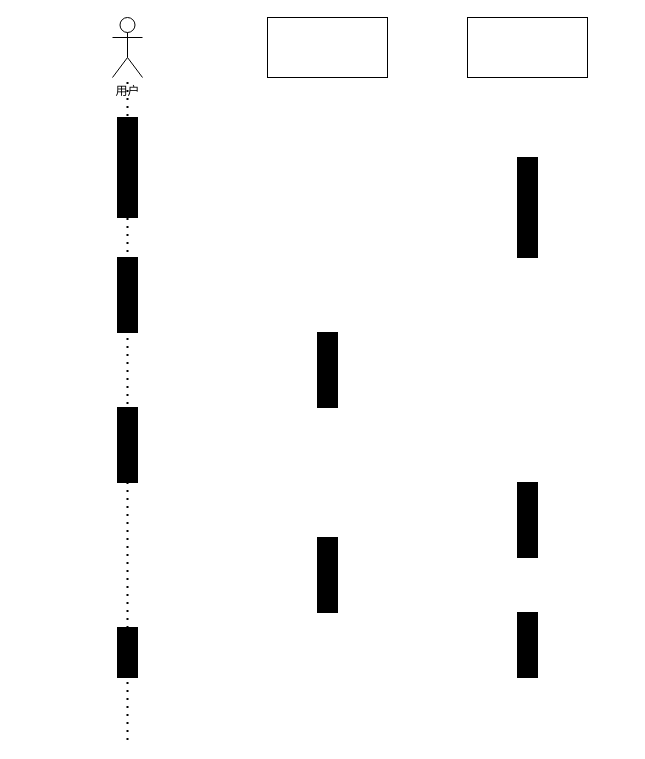
The draw.io diagram draw/用户中心认证流程图.drawio in gyyst/img, before the edit. Source tidied: cells renumbered, new cells numbered last; positions are measured from the earlier drawing's top-left corner, leaving out a move shared by most shapes. Both pictures are drawn from the tidied source at 100%, with x=0, y=0 at pixel (112, 17).
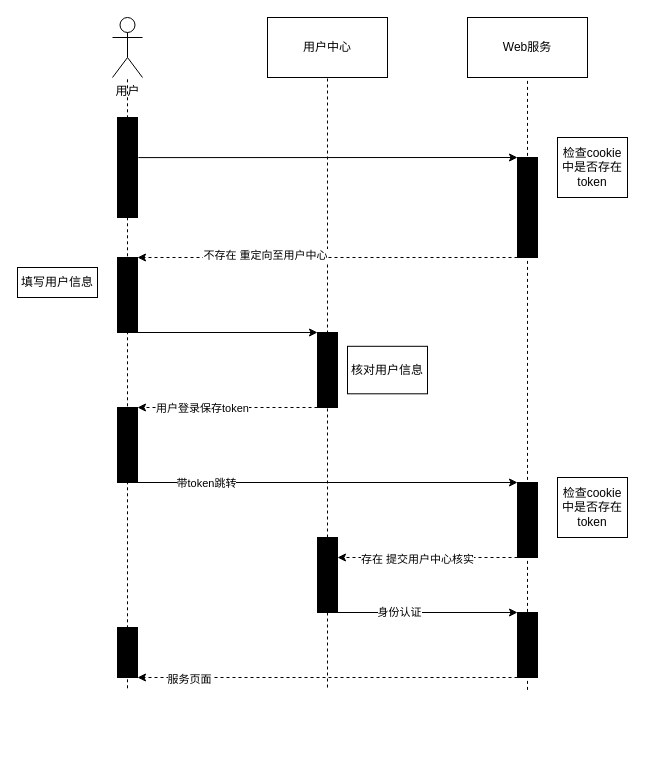
The same diagram, later.

Commit message:
更新用户中心认证流程图.drawio

Unchanged cells that the change refers to:
```xml
<mxCell id="4" value="用户&lt;div&gt;&lt;br&gt;&lt;/div&gt;" style="shape=umlActor;verticalLabelPosition=bottom;verticalAlign=top;html=1;outlineConnect=0;" parent="1" vertex="1">
  <mxGeometry width="30" height="60" as="geometry" />
</mxCell>
<mxCell id="5" style="rounded=0;whiteSpace=wrap;html=1;fillColor=#000000;" parent="1" vertex="1">
  <mxGeometry x="5" y="100" width="20" height="100" as="geometry" />
</mxCell>
<mxCell id="6" style="rounded=0;whiteSpace=wrap;html=1;fillColor=#000000;" parent="1" vertex="1">
  <mxGeometry x="5" y="240" width="20" height="75" as="geometry" />
</mxCell>
<mxCell id="7" style="rounded=0;whiteSpace=wrap;html=1;fillColor=#000000;" parent="1" vertex="1">
  <mxGeometry x="5" y="390" width="20" height="75" as="geometry" />
</mxCell>
<mxCell id="8" style="rounded=0;whiteSpace=wrap;html=1;fillColor=#000000;" parent="1" vertex="1">
  <mxGeometry x="5" y="610" width="20" height="50" as="geometry" />
</mxCell>
<mxCell id="9" style="rounded=0;whiteSpace=wrap;html=1;fillColor=#000000;" parent="1" vertex="1">
  <mxGeometry x="205" y="315" width="20" height="75" as="geometry" />
</mxCell>
<mxCell id="10" style="rounded=0;whiteSpace=wrap;html=1;fillColor=#000000;" parent="1" vertex="1">
  <mxGeometry x="405" y="140" width="20" height="100" as="geometry" />
</mxCell>
<mxCell id="11" style="rounded=0;whiteSpace=wrap;html=1;fillColor=#000000;" parent="1" vertex="1">
  <mxGeometry x="405" y="465" width="20" height="75" as="geometry" />
</mxCell>
<mxCell id="12" style="rounded=0;whiteSpace=wrap;html=1;fillColor=#000000;" parent="1" vertex="1">
  <mxGeometry x="205" y="520" width="20" height="75" as="geometry" />
</mxCell>
<mxCell id="13" style="rounded=0;whiteSpace=wrap;html=1;fillColor=#000000;" parent="1" vertex="1">
  <mxGeometry x="405" y="595" width="20" height="65" as="geometry" />
</mxCell>
```

What changed in the source:
```diff
@@
-    <mxCell id="2" style="rounded=0;whiteSpace=wrap;html=1;" parent="1" vertex="1">
+    <mxCell id="2" value="用户中心" style="rounded=0;whiteSpace=wrap;html=1;" parent="1" vertex="1">
       <mxGeometry x="155" width="120" height="60" as="geometry" />
     </mxCell>
-    <mxCell id="3" style="rounded=0;whiteSpace=wrap;html=1;" parent="1" vertex="1">
+    <mxCell id="3" value="Web服务" style="rounded=0;whiteSpace=wrap;html=1;" parent="1" vertex="1">
       <mxGeometry x="355" width="120" height="60" as="geometry" />
     </mxCell>
@@
-    <mxCell id="14" style="endArrow=none;dashed=1;html=1;dashPattern=1 3;strokeWidth=2;rounded=0;" parent="1" edge="1" target="4">
-      <mxGeometry relative="1" as="geometry">
-        <mxPoint x="15" y="722.4" as="sourcePoint" />
-      </mxGeometry>
-    </mxCell>
+    <mxCell id="15" style="endArrow=none;dashed=1;html=1;rounded=0;entryX=0.5;entryY=1;entryDx=0;entryDy=0;" parent="1" edge="1" target="2">
+      <mxGeometry relative="1" as="geometry">
+        <mxPoint x="215" y="670" as="sourcePoint" />
+      </mxGeometry>
+    </mxCell>
+    <mxCell id="16" style="endArrow=none;dashed=1;html=1;rounded=0;" parent="1" edge="1" target="4">
+      <mxGeometry relative="1" as="geometry">
+        <mxPoint x="15" y="670.8" as="sourcePoint" />
+      </mxGeometry>
+    </mxCell>
+    <mxCell id="17" style="endArrow=none;dashed=1;html=1;rounded=0;entryX=0.5;entryY=1;entryDx=0;entryDy=0;" parent="1" edge="1" target="3">
+      <mxGeometry relative="1" as="geometry">
+        <mxPoint x="415" y="672.4" as="sourcePoint" />
+      </mxGeometry>
+    </mxCell>
+    <mxCell id="18" style="endArrow=classic;html=1;rounded=0;exitX=1.044;exitY=0.401;exitDx=0;exitDy=0;entryX=0;entryY=0;entryDx=0;entryDy=0;exitPerimeter=0;" parent="1" edge="1" source="5" target="10">
+      <mxGeometry relative="1" as="geometry" />
+    </mxCell>
+    <mxCell id="19" value="检查cookie中是否存在token" style="rounded=0;whiteSpace=wrap;html=1;" parent="1" vertex="1">
+      <mxGeometry x="445" y="120" width="70" height="60" as="geometry" />
+    </mxCell>
+    <mxCell id="20" style="endArrow=classic;html=1;rounded=0;exitX=0;exitY=1;exitDx=0;exitDy=0;entryX=1;entryY=0;entryDx=0;entryDy=0;dashed=1;" parent="1" edge="1" source="10" target="6">
+      <mxGeometry relative="1" as="geometry" />
+    </mxCell>
+    <mxCell id="21" value="不存在 重定向至用户中心" style="edgeLabel;html=1;align=center;verticalAlign=middle;" parent="20" vertex="1">
+      <mxGeometry x="0.33" y="-2" relative="1" as="geometry" />
+    </mxCell>
+    <mxCell id="22" value="填写用户信息" style="rounded=0;whiteSpace=wrap;html=1;" parent="1" vertex="1">
+      <mxGeometry x="-95" y="250" width="80" height="30" as="geometry" />
+    </mxCell>
+    <mxCell id="23" style="endArrow=classic;html=1;rounded=0;exitX=1;exitY=1;exitDx=0;exitDy=0;entryX=0;entryY=0;entryDx=0;entryDy=0;" parent="1" edge="1" source="6" target="9">
+      <mxGeometry relative="1" as="geometry" />
+    </mxCell>
+    <mxCell id="24" value="核对用户信息" style="rounded=0;whiteSpace=wrap;html=1;" parent="1" vertex="1">
+      <mxGeometry x="235" y="328.8" width="80" height="47.5" as="geometry" />
+    </mxCell>
+    <mxCell id="25" style="endArrow=classic;html=1;rounded=0;exitX=0;exitY=1;exitDx=0;exitDy=0;entryX=1;entryY=0;entryDx=0;entryDy=0;dashed=1;" parent="1" edge="1" source="9" target="7">
+      <mxGeometry relative="1" as="geometry" />
+    </mxCell>
+    <mxCell id="26" value="用户登录保存token" style="edgeLabel;html=1;align=center;verticalAlign=middle;" parent="25" vertex="1">
+      <mxGeometry x="0.29" relative="1" as="geometry" />
+    </mxCell>
+    <mxCell id="27" style="endArrow=classic;html=1;rounded=0;exitX=1;exitY=1;exitDx=0;exitDy=0;entryX=0;entryY=0;entryDx=0;entryDy=0;" parent="1" edge="1" source="7" target="11">
+      <mxGeometry relative="1" as="geometry" />
+    </mxCell>
+    <mxCell id="28" value="带token跳转" style="edgeLabel;html=1;align=center;verticalAlign=middle;" parent="27" vertex="1">
+      <mxGeometry x="-0.64" relative="1" as="geometry" />
+    </mxCell>
+    <mxCell id="29" value="检查cookie中是否存在token" style="rounded=0;whiteSpace=wrap;html=1;" parent="1" vertex="1">
+      <mxGeometry x="445" y="460" width="70" height="60" as="geometry" />
+    </mxCell>
+    <mxCell id="30" style="endArrow=classic;html=1;rounded=0;exitX=0;exitY=1;exitDx=0;exitDy=0;entryX=1;entryY=0;entryDx=0;entryDy=0;dashed=1;" parent="1" edge="1">
+      <mxGeometry relative="1" as="geometry">
+        <mxPoint x="405" y="540" as="sourcePoint" />
+        <mxPoint x="225" y="540" as="targetPoint" />
+      </mxGeometry>
+    </mxCell>
+    <mxCell id="31" value="存在 提交用户中心核实" style="edgeLabel;html=1;align=center;verticalAlign=middle;" parent="30" vertex="1">
+      <mxGeometry x="0.12" y="1" relative="1" as="geometry" />
+    </mxCell>
+    <mxCell id="32" style="endArrow=classic;html=1;rounded=0;exitX=1;exitY=1;exitDx=0;exitDy=0;entryX=0;entryY=0;entryDx=0;entryDy=0;" parent="1" edge="1" source="12" target="13">
+      <mxGeometry relative="1" as="geometry" />
+    </mxCell>
+    <mxCell id="33" value="身份认证" style="edgeLabel;html=1;align=center;verticalAlign=middle;" parent="32" vertex="1">
+      <mxGeometry x="-0.32" y="1" relative="1" as="geometry" />
+    </mxCell>
+    <mxCell id="34" style="endArrow=classic;html=1;rounded=0;exitX=0;exitY=1;exitDx=0;exitDy=0;entryX=1;entryY=1;entryDx=0;entryDy=0;dashed=1;" parent="1" edge="1" source="13" target="8">
+      <mxGeometry relative="1" as="geometry" />
+    </mxCell>
+    <mxCell id="35" value="服务页面" style="edgeLabel;html=1;align=center;verticalAlign=middle;" parent="34" vertex="1">
+      <mxGeometry x="0.73" y="1" relative="1" as="geometry" />
+    </mxCell>
```
